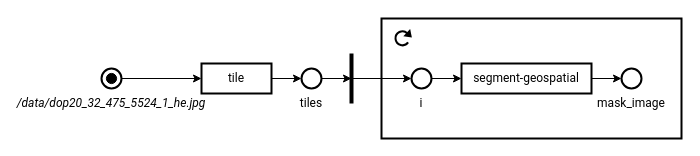
Above: src/assets/segment-aerial-images.drawio in steep-wms/steep-wms.github.io (draw.io), before the change. Source tidied: cells renumbered, new cells numbered last; positions are measured from the earlier drawing's top-left corner, leaving out a move shared by most shapes. Both pictures are drawn from the tidied source at 100%, with x=0, y=0 at pixel (81, 18).
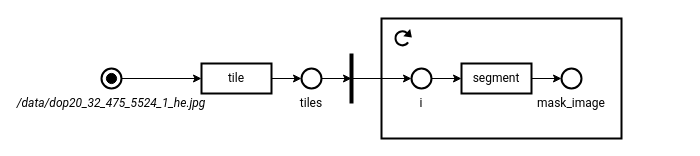
After the change.

Commit message (it also covers changes not shown here):
Change ID of segment service

What changed in the source:
```diff
@@
     <mxCell id="2" style="rounded=0;whiteSpace=wrap;html=1;fillColor=none;strokeWidth=2;" parent="1" vertex="1">
-      <mxGeometry x="300" width="300" height="120" as="geometry" />
+      <mxGeometry x="300" width="240" height="120" as="geometry" />
     </mxCell>
@@
-    <mxCell id="9" value="segment-geospatial" style="rounded=0;whiteSpace=wrap;html=1;strokeWidth=2;fontFamily=Roboto;fillColor=none;" parent="1" vertex="1">
-      <mxGeometry x="380" y="45" width="130" height="30" as="geometry" />
+    <mxCell id="9" value="segment" style="rounded=0;whiteSpace=wrap;html=1;strokeWidth=2;fontFamily=Roboto;fillColor=none;" parent="1" vertex="1">
+      <mxGeometry x="380" y="45" width="70" height="30" as="geometry" />
     </mxCell>
     <mxCell id="10" style="ellipse;whiteSpace=wrap;html=1;strokeWidth=2;fillColor=none;" parent="1" vertex="1">
-      <mxGeometry x="540" y="50" width="20" height="20" as="geometry" />
+      <mxGeometry x="480" y="50" width="20" height="20" as="geometry" />
     </mxCell>
@@
     <mxCell id="12" value="mask_image" style="text;html=1;strokeColor=none;fillColor=none;align=center;verticalAlign=middle;whiteSpace=wrap;rounded=0;fontFamily=Roboto;" parent="1" vertex="1">
-      <mxGeometry x="520" y="70" width="60" height="30" as="geometry" />
+      <mxGeometry x="460" y="70" width="60" height="30" as="geometry" />
     </mxCell>
```
